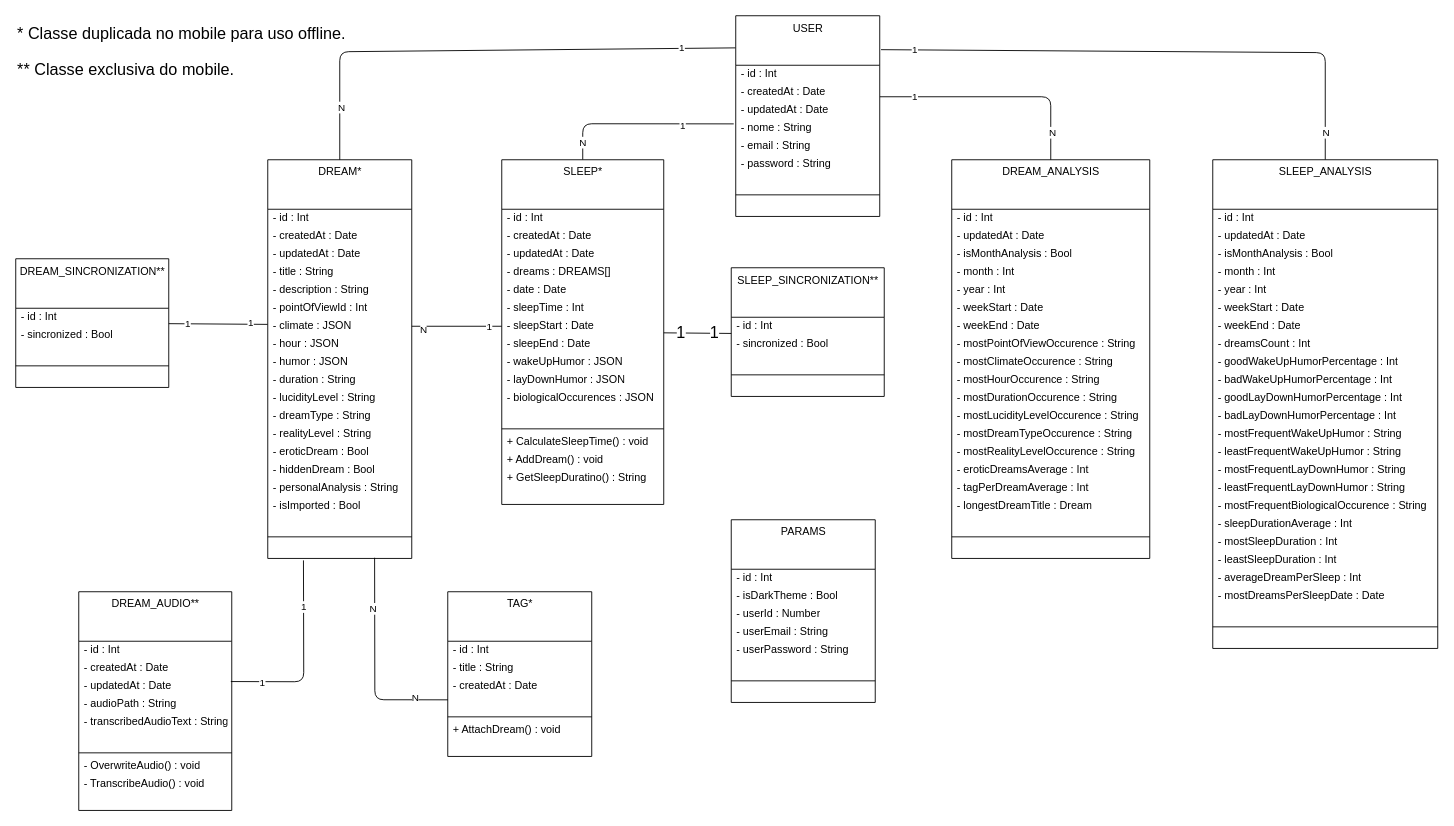
Above: docs/diagrama_classe_analise.drawio in raisson-souza/morfeus-backend (draw.io), before the change. Source tidied: cells renumbered, new cells numbered last; positions are measured from the earlier drawing's top-left corner, leaving out a move shared by most shapes. Both pictures are drawn from the tidied source at 90%, with x=0, y=0 at pixel (15, 15).
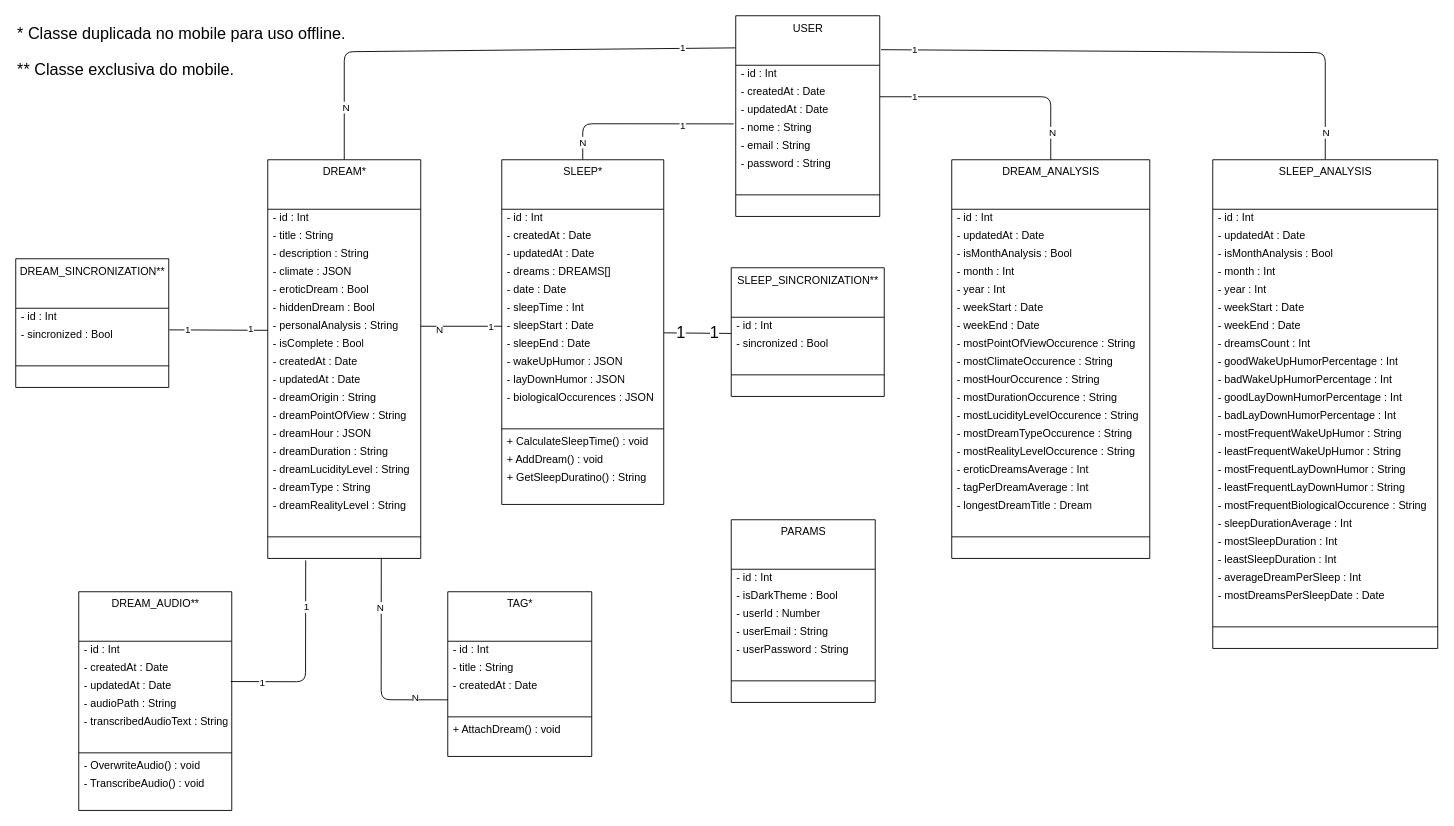
The same diagram, later.

Commit message (it also covers changes not shown here):
Ajuste no driagrama de classe e objeto do sonho.

Unchanged cells that the change refers to:
```xml
<mxCell id="2" value="USER" style="swimlane;fontStyle=0;align=center;verticalAlign=top;horizontal=1;startSize=55;html=1;rounded=0;strokeColor=default;strokeWidth=1;" parent="1" vertex="1">
  <mxGeometry x="800" width="160" height="223" as="geometry" />
</mxCell>
<mxCell id="25" value="- sleepStart : Date" style="text;html=1;strokeColor=none;fillColor=none;align=left;verticalAlign=middle;spacingLeft=4;spacingRight=4;overflow=hidden;points=[[0,0.5],[1,0.5]];portConstraint=eastwest;rounded=0;strokeWidth=1;" parent="18" vertex="1">
  <mxGeometry y="175" width="180" height="20" as="geometry" />
</mxCell>
<mxCell id="61" style="text;html=1;strokeColor=none;fillColor=none;align=left;verticalAlign=middle;spacingLeft=4;spacingRight=4;overflow=hidden;points=[[0,0.5],[1,0.5]];portConstraint=eastwest;rounded=0;strokeWidth=1;" parent="57" vertex="1">
  <mxGeometry y="115" width="160" height="20" as="geometry" />
</mxCell>
<mxCell id="79" value="- updatedAt : Date" style="text;html=1;strokeColor=none;fillColor=none;align=left;verticalAlign=middle;spacingLeft=4;spacingRight=4;overflow=hidden;points=[[0,0.5],[1,0.5]];portConstraint=eastwest;rounded=0;strokeWidth=1;" parent="76" vertex="1">
  <mxGeometry y="95" width="170" height="20" as="geometry" />
</mxCell>
<mxCell id="143" value="DREAM_SINCRONIZATION**" style="swimlane;fontStyle=0;align=center;verticalAlign=top;horizontal=1;startSize=55;html=1;rounded=0;strokeColor=default;strokeWidth=1;" parent="1" vertex="1">
  <mxGeometry y="270" width="170" height="143" as="geometry" />
</mxCell>
<mxCell id="145" value="- sincronized : Bool" style="text;html=1;strokeColor=none;fillColor=none;align=left;verticalAlign=middle;spacingLeft=4;spacingRight=4;overflow=hidden;points=[[0,0.5],[1,0.5]];portConstraint=eastwest;rounded=0;strokeWidth=1;" parent="143" vertex="1">
  <mxGeometry y="75" width="170" height="20" as="geometry" />
</mxCell>
```

The edit, as a diff of the source:
```diff
@@
     <mxCell id="36" value="DREAM*" style="swimlane;fontStyle=0;align=center;verticalAlign=top;horizontal=1;startSize=55;html=1;rounded=0;strokeColor=default;strokeWidth=1;" parent="1" vertex="1">
-      <mxGeometry x="280" y="160" width="160" height="443" as="geometry" />
+      <mxGeometry x="280" y="160" width="170" height="443" as="geometry" />
     </mxCell>
     <mxCell id="37" value="- id : Int" style="text;html=1;strokeColor=none;fillColor=none;align=left;verticalAlign=middle;spacingLeft=4;spacingRight=4;overflow=hidden;rounded=0;strokeWidth=1;" parent="36" vertex="1">
-      <mxGeometry y="55" width="160" height="20" as="geometry" />
+      <mxGeometry y="55" width="170" height="20" as="geometry" />
     </mxCell>
+    <mxCell id="40" value="- title : String" style="text;html=1;strokeColor=none;fillColor=none;align=left;verticalAlign=middle;spacingLeft=4;spacingRight=4;overflow=hidden;rounded=0;strokeWidth=1;" parent="36" vertex="1">
+      <mxGeometry y="75" width="170" height="20" as="geometry" />
+    </mxCell>
+    <mxCell id="41" value="- description : String" style="text;html=1;strokeColor=none;fillColor=none;align=left;verticalAlign=middle;spacingLeft=4;spacingRight=4;overflow=hidden;rounded=0;strokeWidth=1;" parent="36" vertex="1">
+      <mxGeometry y="95" width="170" height="20" as="geometry" />
+    </mxCell>
+    <mxCell id="43" value="- climate : JSON" style="text;html=1;strokeColor=none;fillColor=none;align=left;verticalAlign=middle;spacingLeft=4;spacingRight=4;overflow=hidden;points=[[0,0.5],[1,0.5]];portConstraint=eastwest;rounded=0;strokeWidth=1;" parent="36" vertex="1">
+      <mxGeometry y="115" width="170" height="20" as="geometry" />
+    </mxCell>
+    <mxCell id="50" value="- eroticDream : Bool" style="text;html=1;strokeColor=none;fillColor=none;align=left;verticalAlign=middle;spacingLeft=4;spacingRight=4;overflow=hidden;rounded=0;strokeWidth=1;" parent="36" vertex="1">
+      <mxGeometry y="135" width="170" height="20" as="geometry" />
+    </mxCell>
+    <mxCell id="51" value="- hiddenDream : Bool" style="text;html=1;strokeColor=none;fillColor=none;align=left;verticalAlign=middle;spacingLeft=4;spacingRight=4;overflow=hidden;rounded=0;strokeWidth=1;" parent="36" vertex="1">
+      <mxGeometry y="155" width="170" height="20" as="geometry" />
+    </mxCell>
+    <mxCell id="52" value="- personalAnalysis : String" style="text;html=1;strokeColor=none;fillColor=none;align=left;verticalAlign=middle;spacingLeft=4;spacingRight=4;overflow=hidden;points=[[0,0.5],[1,0.5]];portConstraint=eastwest;rounded=0;strokeWidth=1;" parent="36" vertex="1">
+      <mxGeometry y="175" width="170" height="20" as="geometry" />
+    </mxCell>
+    <mxCell id="166" value="- isComplete : Bool" style="text;html=1;strokeColor=none;fillColor=none;align=left;verticalAlign=middle;spacingLeft=4;spacingRight=4;overflow=hidden;rounded=0;strokeWidth=1;" parent="36" vertex="1">
+      <mxGeometry y="195" width="170" height="20" as="geometry" />
+    </mxCell>
     <mxCell id="38" value="- createdAt : Date" style="text;html=1;strokeColor=none;fillColor=none;align=left;verticalAlign=middle;spacingLeft=4;spacingRight=4;overflow=hidden;rounded=0;strokeWidth=1;" parent="36" vertex="1">
-      <mxGeometry y="75" width="160" height="20" as="geometry" />
+      <mxGeometry y="215" width="170" height="20" as="geometry" />
     </mxCell>
     <mxCell id="39" value="- updatedAt : Date" style="text;html=1;strokeColor=none;fillColor=none;align=left;verticalAlign=middle;spacingLeft=4;spacingRight=4;overflow=hidden;rounded=0;strokeWidth=1;" parent="36" vertex="1">
-      <mxGeometry y="95" width="160" height="20" as="geometry" />
+      <mxGeometry y="235" width="170" height="20" as="geometry" />
     </mxCell>
-    <mxCell id="40" value="- title : String" style="text;html=1;strokeColor=none;fillColor=none;align=left;verticalAlign=middle;spacingLeft=4;spacingRight=4;overflow=hidden;rounded=0;strokeWidth=1;" parent="36" vertex="1">
-      <mxGeometry y="115" width="160" height="20" as="geometry" />
-    </mxCell>
-    <mxCell id="41" value="- description : String" style="text;html=1;strokeColor=none;fillColor=none;align=left;verticalAlign=middle;spacingLeft=4;spacingRight=4;overflow=hidden;rounded=0;strokeWidth=1;" parent="36" vertex="1">
-      <mxGeometry y="135" width="160" height="20" as="geometry" />
-    </mxCell>
+    <mxCell id="167" value="- dreamOrigin : String" style="text;html=1;strokeColor=none;fillColor=none;align=left;verticalAlign=middle;spacingLeft=4;spacingRight=4;overflow=hidden;rounded=0;strokeWidth=1;" parent="36" vertex="1">
+      <mxGeometry y="255" width="170" height="20" as="geometry" />
+    </mxCell>
-    <mxCell id="42" value="- pointOfViewId : Int" style="text;html=1;strokeColor=none;fillColor=none;align=left;verticalAlign=middle;spacingLeft=4;spacingRight=4;overflow=hidden;rounded=0;strokeWidth=1;" parent="36" vertex="1">
-      <mxGeometry y="155" width="160" height="20" as="geometry" />
+    <mxCell id="42" value="- dreamPointOfView : String" style="text;html=1;strokeColor=none;fillColor=none;align=left;verticalAlign=middle;spacingLeft=4;spacingRight=4;overflow=hidden;rounded=0;strokeWidth=1;" parent="36" vertex="1">
+      <mxGeometry y="275" width="170" height="20" as="geometry" />
     </mxCell>
-    <mxCell id="43" value="- climate : JSON" style="text;html=1;strokeColor=none;fillColor=none;align=left;verticalAlign=middle;spacingLeft=4;spacingRight=4;overflow=hidden;points=[[0,0.5],[1,0.5]];portConstraint=eastwest;rounded=0;strokeWidth=1;" parent="36" vertex="1">
-      <mxGeometry y="175" width="160" height="20" as="geometry" />
-    </mxCell>
-    <mxCell id="44" value="- hour : JSON" style="text;html=1;strokeColor=none;fillColor=none;align=left;verticalAlign=middle;spacingLeft=4;spacingRight=4;overflow=hidden;rounded=0;strokeWidth=1;" parent="36" vertex="1">
-      <mxGeometry y="195" width="160" height="20" as="geometry" />
+    <mxCell id="44" value="- dreamHour : JSON" style="text;html=1;strokeColor=none;fillColor=none;align=left;verticalAlign=middle;spacingLeft=4;spacingRight=4;overflow=hidden;rounded=0;strokeWidth=1;" parent="36" vertex="1">
+      <mxGeometry y="295" width="170" height="20" as="geometry" />
     </mxCell>
-    <mxCell id="45" value="- humor : JSON" style="text;html=1;strokeColor=none;fillColor=none;align=left;verticalAlign=middle;spacingLeft=4;spacingRight=4;overflow=hidden;rounded=0;strokeWidth=1;" parent="36" vertex="1">
-      <mxGeometry y="215" width="160" height="20" as="geometry" />
-    </mxCell>
-    <mxCell id="46" value="- duration : String" style="text;html=1;strokeColor=none;fillColor=none;align=left;verticalAlign=middle;spacingLeft=4;spacingRight=4;overflow=hidden;rounded=0;strokeWidth=1;" parent="36" vertex="1">
-      <mxGeometry y="235" width="160" height="20" as="geometry" />
+    <mxCell id="46" value="- dreamDuration : String" style="text;html=1;strokeColor=none;fillColor=none;align=left;verticalAlign=middle;spacingLeft=4;spacingRight=4;overflow=hidden;rounded=0;strokeWidth=1;" parent="36" vertex="1">
+      <mxGeometry y="315" width="170" height="20" as="geometry" />
     </mxCell>
-    <mxCell id="47" value="-&amp;nbsp;lucidityLevel : String" style="text;html=1;strokeColor=none;fillColor=none;align=left;verticalAlign=middle;spacingLeft=4;spacingRight=4;overflow=hidden;rounded=0;strokeWidth=1;" parent="36" vertex="1">
-      <mxGeometry y="255" width="160" height="20" as="geometry" />
+    <mxCell id="47" value="- dreamLucidityLevel : String" style="text;html=1;strokeColor=none;fillColor=none;align=left;verticalAlign=middle;spacingLeft=4;spacingRight=4;overflow=hidden;rounded=0;strokeWidth=1;" parent="36" vertex="1">
+      <mxGeometry y="335" width="170" height="20" as="geometry" />
     </mxCell>
     <mxCell id="48" value="- dreamType : String" style="text;html=1;strokeColor=none;fillColor=none;align=left;verticalAlign=middle;spacingLeft=4;spacingRight=4;overflow=hidden;rounded=0;strokeWidth=1;" parent="36" vertex="1">
-      <mxGeometry y="275" width="160" height="20" as="geometry" />
+      <mxGeometry y="355" width="170" height="20" as="geometry" />
     </mxCell>
-    <mxCell id="49" value="- realityLevel : String" style="text;html=1;strokeColor=none;fillColor=none;align=left;verticalAlign=middle;spacingLeft=4;spacingRight=4;overflow=hidden;rounded=0;strokeWidth=1;" parent="36" vertex="1">
-      <mxGeometry y="295" width="160" height="20" as="geometry" />
+    <mxCell id="49" value="- dreamRealityLevel : String" style="text;html=1;strokeColor=none;fillColor=none;align=left;verticalAlign=middle;spacingLeft=4;spacingRight=4;overflow=hidden;rounded=0;strokeWidth=1;" parent="36" vertex="1">
+      <mxGeometry y="375" width="170" height="20" as="geometry" />
     </mxCell>
-    <mxCell id="50" value="- eroticDream : Bool" style="text;html=1;strokeColor=none;fillColor=none;align=left;verticalAlign=middle;spacingLeft=4;spacingRight=4;overflow=hidden;rounded=0;strokeWidth=1;" parent="36" vertex="1">
-      <mxGeometry y="315" width="160" height="20" as="geometry" />
-    </mxCell>
-    <mxCell id="51" value="- hiddenDream : Bool" style="text;html=1;strokeColor=none;fillColor=none;align=left;verticalAlign=middle;spacingLeft=4;spacingRight=4;overflow=hidden;rounded=0;strokeWidth=1;" parent="36" vertex="1">
-      <mxGeometry y="335" width="160" height="20" as="geometry" />
-    </mxCell>
-    <mxCell id="52" value="- personalAnalysis : String" style="text;html=1;strokeColor=none;fillColor=none;align=left;verticalAlign=middle;spacingLeft=4;spacingRight=4;overflow=hidden;points=[[0,0.5],[1,0.5]];portConstraint=eastwest;rounded=0;strokeWidth=1;" parent="36" vertex="1">
-      <mxGeometry y="355" width="160" height="20" as="geometry" />
-    </mxCell>
-    <mxCell id="53" value="- isImported : Bool" style="text;html=1;strokeColor=none;fillColor=none;align=left;verticalAlign=middle;spacingLeft=4;spacingRight=4;overflow=hidden;rounded=0;strokeWidth=1;" parent="36" vertex="1">
-      <mxGeometry y="375" width="160" height="20" as="geometry" />
-    </mxCell>
     <mxCell id="54" style="text;html=1;strokeColor=none;fillColor=none;align=left;verticalAlign=middle;spacingLeft=4;spacingRight=4;overflow=hidden;rounded=0;strokeWidth=1;" parent="36" vertex="1">
-      <mxGeometry y="395" width="160" height="20" as="geometry" />
+      <mxGeometry y="395" width="170" height="20" as="geometry" />
     </mxCell>
     <mxCell id="55" style="line;strokeWidth=1;fillColor=none;align=left;verticalAlign=middle;spacingTop=-1;spacingLeft=3;spacingRight=3;labelPosition=right;rounded=0;strokeColor=default;" parent="36" vertex="1">
-      <mxGeometry y="415" width="160" height="8" as="geometry" />
+      <mxGeometry y="415" width="170" height="8" as="geometry" />
     </mxCell>
     <mxCell id="56" style="text;html=1;strokeColor=none;fillColor=none;align=left;verticalAlign=middle;spacingLeft=4;spacingRight=4;overflow=hidden;points=[[0,0.5],[1,0.5]];portConstraint=eastwest;rounded=0;strokeWidth=1;" parent="36" vertex="1">
-      <mxGeometry y="423" width="160" height="20" as="geometry" />
+      <mxGeometry y="423" width="170" height="20" as="geometry" />
     </mxCell>
@@
     <mxCell id="65" style="edgeStyle=none;html=1;entryX=0.5;entryY=0;entryDx=0;entryDy=0;strokeColor=default;endArrow=none;endFill=0;exitX=-0.002;exitY=0.16;exitDx=0;exitDy=0;exitPerimeter=0;" parent="1" edge="1" source="2" target="36">
       <mxGeometry relative="1" as="geometry">
         <Array as="points">
-          <mxPoint x="360" y="40" />
+          <mxPoint x="365" y="40" />
         </Array>
       </mxGeometry>
     </mxCell>
@@
-    <mxCell id="68" style="edgeStyle=none;html=1;entryX=1;entryY=0.5;entryDx=0;entryDy=0;strokeColor=default;endArrow=none;endFill=0;" parent="1" edge="1" source="25" target="43">
+    <mxCell id="68" style="edgeStyle=none;html=1;strokeColor=default;endArrow=none;endFill=0;" parent="1" edge="1" source="25" target="52">
       <mxGeometry relative="1" as="geometry" />
     </mxCell>
@@
     <mxCell id="70" value="N" style="edgeLabel;html=1;align=center;verticalAlign=middle;" parent="68" vertex="1">
-      <mxGeometry x="0.75" y="3" relative="1" as="geometry" />
+      <mxGeometry x="0.75" y="3" relative="1" as="geometry">
+        <mxPoint x="9" as="offset" />
+      </mxGeometry>
     </mxCell>
     <mxCell id="71" style="edgeStyle=none;html=1;entryX=0.001;entryY=0.255;entryDx=0;entryDy=0;endArrow=none;endFill=0;exitX=0.742;exitY=0.962;exitDx=0;exitDy=0;exitPerimeter=0;entryPerimeter=0;" parent="1" edge="1" source="56" target="61">
       <mxGeometry relative="1" as="geometry">
         <Array as="points">
-          <mxPoint x="399" y="760" />
+          <mxPoint x="406" y="760" />
         </Array>
       </mxGeometry>
     </mxCell>
@@
     <mxCell id="74" value="1" style="edgeStyle=none;html=1;entryX=0.248;entryY=1.107;entryDx=0;entryDy=0;entryPerimeter=0;exitX=0.994;exitY=0.239;exitDx=0;exitDy=0;exitPerimeter=0;endArrow=none;endFill=0;" parent="1" edge="1" source="79" target="56">
       <mxGeometry x="-0.68" y="-1" relative="1" as="geometry">
         <Array as="points">
-          <mxPoint x="320" y="740" />
+          <mxPoint x="322" y="740" />
         </Array>
       </mxGeometry>
     </mxCell>
@@
-    <mxCell id="140" style="edgeStyle=none;html=1;endArrow=none;endFill=0;entryX=-0.001;entryY=0.396;entryDx=0;entryDy=0;entryPerimeter=0;" parent="1" edge="1" source="143" target="43">
+    <mxCell id="140" style="edgeStyle=none;html=1;endArrow=none;endFill=0;entryX=0;entryY=0.726;entryDx=0;entryDy=0;exitX=1.004;exitY=0.2;exitDx=0;exitDy=0;exitPerimeter=0;entryPerimeter=0;" parent="1" edge="1" source="145" target="52">
       <mxGeometry relative="1" as="geometry" />
     </mxCell>
```
